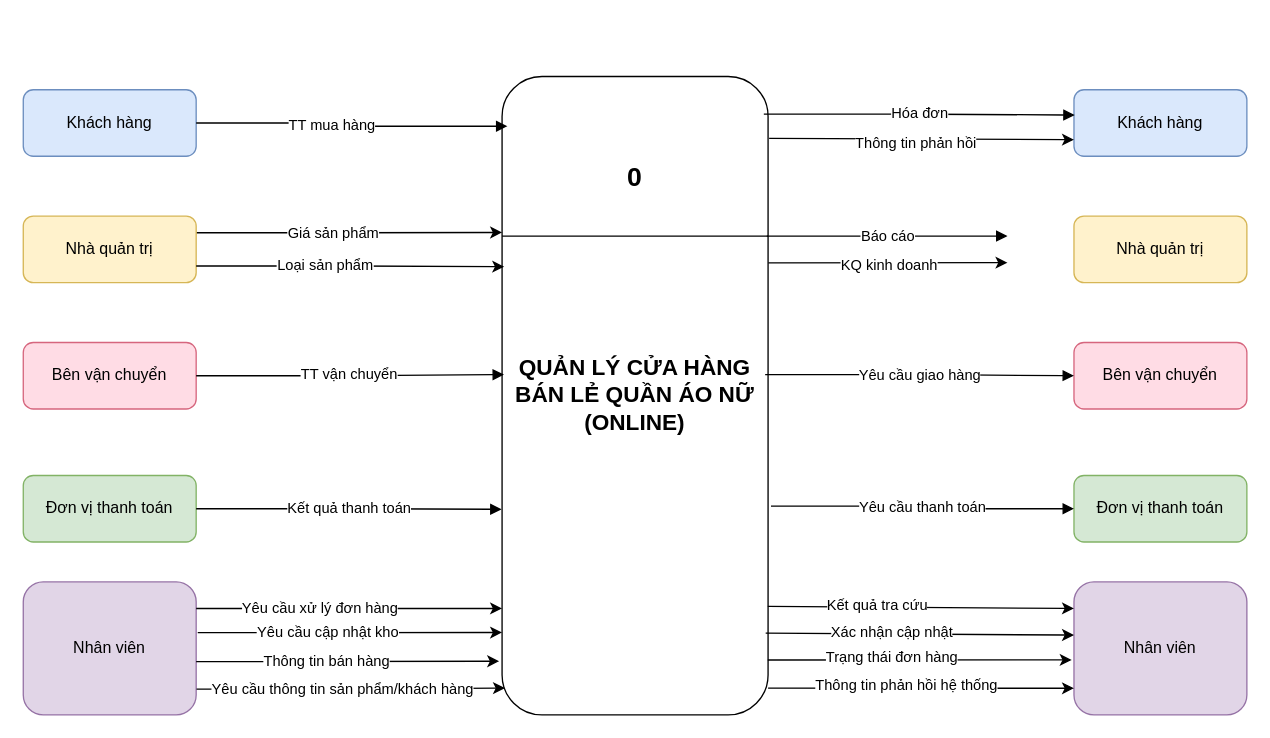
Vulien/Diagram keeps this draw.io diagram as page "DFD mức ngữ cảnh" (1 of 3) of Biểu đồ không có tiêu đề.drawio. Above is the earlier version. Source tidied: cells renumbered, new cells numbered last; positions are measured from the earlier drawing's top-left corner, leaving out a move shared by most shapes. Both pictures are drawn from the tidied source at 133%, with x=0, y=0 at pixel (23, 76).
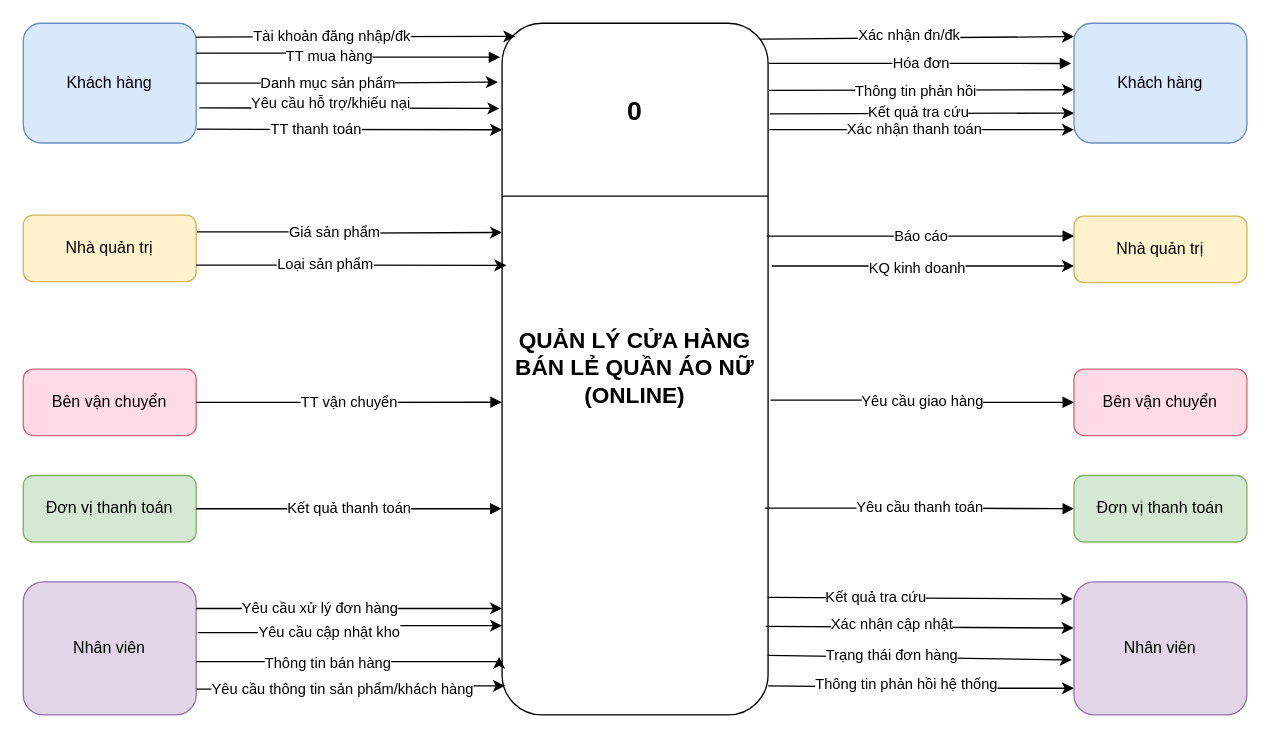
Above is the later version.

Unchanged cells that the change refers to:
```xml
<mxCell id="10" value="Đơn vị thanh toán" style="shape=rectangle;rounded=1;whiteSpace=wrap;html=1;fillColor=#d5e8d4;strokeColor=#82b366;fontSize=12;align=center;" parent="1" vertex="1">
  <mxGeometry y="300" width="130" height="50" as="geometry" />
</mxCell>
<mxCell id="14" value="Nhà quản trị" style="shape=rectangle;rounded=1;whiteSpace=wrap;html=1;fillColor=#fff2cc;strokeColor=#d6b656;fontSize=12;align=center;" parent="1" vertex="1">
  <mxGeometry x="790" y="105" width="130" height="50" as="geometry" />
</mxCell>
<mxCell id="18" value="Đơn vị thanh toán" style="shape=rectangle;rounded=1;whiteSpace=wrap;html=1;fillColor=#d5e8d4;strokeColor=#82b366;fontSize=12;align=center;" parent="1" vertex="1">
  <mxGeometry x="790" y="300" width="130" height="50" as="geometry" />
</mxCell>
<mxCell id="23" value="Nhân viên" style="shape=rectangle;rounded=1;whiteSpace=wrap;html=1;fillColor=#e1d5e7;strokeColor=#9673a6;fontSize=12;align=center;" parent="1" vertex="1">
  <mxGeometry x="790" y="380" width="130" height="100" as="geometry" />
</mxCell>
```

Change to the diagram source:
```diff
@@
     <mxCell id="2" value="&lt;font style=&quot;font-size: 17px;&quot;&gt;QUẢN LÝ CỬA HÀNG BÁN LẺ QUẦN ÁO NỮ (ONLINE)&lt;/font&gt;" style="shape=rectangle;rounded=1;whiteSpace=wrap;html=1;align=center;verticalAlign=middle;fontSize=14;fontStyle=1;strokeColor=#000000;fillColor=#ffffff;" parent="1" vertex="1">
-      <mxGeometry x="360" width="200" height="480" as="geometry" />
+      <mxGeometry x="360" y="-40" width="200" height="520" as="geometry" />
     </mxCell>
     <mxCell id="3" value="Khách hàng" style="shape=rectangle;rounded=1;whiteSpace=wrap;html=1;fillColor=#dae8fc;strokeColor=#6c8ebf;fontSize=12;align=center;" parent="1" vertex="1">
-      <mxGeometry y="10" width="130" height="50" as="geometry" />
+      <mxGeometry y="-40" width="130" height="90" as="geometry" />
     </mxCell>
-    <mxCell id="4" value="TT mua hàng" style="edgeStyle=elbowEdgeStyle;rounded=1;jettySize=auto;html=1;strokeWidth=1;endArrow=block;fontSize=11;entryX=0.02;entryY=0.078;entryDx=0;entryDy=0;entryPerimeter=0;" parent="1" edge="1" source="3" target="2">
+    <mxCell id="4" value="TT mua hàng" style="edgeStyle=elbowEdgeStyle;rounded=1;jettySize=auto;html=1;strokeWidth=1;endArrow=block;fontSize=11;entryX=-0.007;entryY=0.049;entryDx=0;entryDy=0;entryPerimeter=0;exitX=1;exitY=0.25;exitDx=0;exitDy=0;" parent="1" edge="1" source="3" target="2">
       <mxGeometry x="-0.14" y="-2" relative="1" as="geometry" />
     </mxCell>
@@
     <mxCell id="7" value="Nhà quản trị" style="shape=rectangle;rounded=1;whiteSpace=wrap;html=1;fillColor=#fff2cc;strokeColor=#d6b656;fontSize=12;align=center;" parent="1" vertex="1">
-      <mxGeometry y="105" width="130" height="50" as="geometry" />
+      <mxGeometry y="104.3" width="130" height="50" as="geometry" />
     </mxCell>
     <mxCell id="8" value="Bên vận chuyển" style="shape=rectangle;rounded=1;whiteSpace=wrap;html=1;fillColor=#ffdce5;strokeColor=#d6667e;fontSize=12;align=center;" parent="1" vertex="1">
-      <mxGeometry y="200" width="130" height="50" as="geometry" />
+      <mxGeometry y="220" width="130" height="50" as="geometry" />
     </mxCell>
-    <mxCell id="9" value="TT vận chuyển" style="edgeStyle=elbowEdgeStyle;rounded=1;jettySize=auto;html=1;strokeWidth=1;endArrow=block;fontSize=11;entryX=0.007;entryY=0.467;entryDx=0;entryDy=0;entryPerimeter=0;" parent="1" edge="1" source="8" target="2">
+    <mxCell id="9" value="TT vận chuyển" style="edgeStyle=elbowEdgeStyle;rounded=1;jettySize=auto;html=1;strokeWidth=1;endArrow=block;fontSize=11;entryX=-0.001;entryY=0.548;entryDx=0;entryDy=0;entryPerimeter=0;" parent="1" edge="1" source="8" target="2">
       <mxGeometry x="0.01" y="-1" relative="1" as="geometry">
         <mxPoint x="-1" y="-1" as="offset" />
       </mxGeometry>
     </mxCell>
@@
-    <mxCell id="11" value="Kết quả thanh toán" style="edgeStyle=elbowEdgeStyle;rounded=1;jettySize=auto;html=1;strokeWidth=1;endArrow=block;fontSize=11;entryX=-0.002;entryY=0.678;entryDx=0;entryDy=0;entryPerimeter=0;" parent="1" edge="1" source="10" target="2">
+    <mxCell id="11" value="Kết quả thanh toán" style="edgeStyle=elbowEdgeStyle;rounded=1;jettySize=auto;html=1;strokeWidth=1;endArrow=block;fontSize=11;entryX=-0.002;entryY=0.702;entryDx=0;entryDy=0;entryPerimeter=0;" parent="1" edge="1" source="10" target="2">
       <mxGeometry relative="1" as="geometry" />
     </mxCell>
     <mxCell id="12" value="Khách hàng" style="shape=rectangle;rounded=1;whiteSpace=wrap;html=1;fillColor=#dae8fc;strokeColor=#6c8ebf;fontSize=12;align=center;" parent="1" vertex="1">
-      <mxGeometry x="790" y="10" width="130" height="50" as="geometry" />
+      <mxGeometry x="790" y="-40" width="130" height="90" as="geometry" />
     </mxCell>
-    <mxCell id="13" value="Hóa đơn" style="edgeStyle=elbowEdgeStyle;rounded=1;jettySize=auto;html=1;strokeWidth=1;endArrow=block;fontSize=11;exitX=0.984;exitY=0.059;exitDx=0;exitDy=0;exitPerimeter=0;entryX=0.004;entryY=0.38;entryDx=0;entryDy=0;entryPerimeter=0;" parent="1" edge="1" source="2" target="12">
+    <mxCell id="13" value="Hóa đơn" style="edgeStyle=elbowEdgeStyle;rounded=1;jettySize=auto;html=1;strokeWidth=1;endArrow=block;fontSize=11;exitX=1.003;exitY=0.058;exitDx=0;exitDy=0;exitPerimeter=0;entryX=-0.016;entryY=0.336;entryDx=0;entryDy=0;entryPerimeter=0;" parent="1" edge="1" source="2" target="12">
       <mxGeometry relative="1" as="geometry" />
     </mxCell>
@@
     <mxCell id="15" value="Báo cáo" style="edgeStyle=elbowEdgeStyle;rounded=1;orthogonalLoop=1;jettySize=auto;html=1;strokeWidth=1;endArrow=block;fontSize=11;" parent="1" edge="1">
       <mxGeometry relative="1" as="geometry">
         <mxPoint x="559" y="120" as="sourcePoint" />
-        <mxPoint x="740" y="120" as="targetPoint" />
+        <mxPoint x="790" y="120" as="targetPoint" />
       </mxGeometry>
     </mxCell>
     <mxCell id="16" value="Bên vận chuyển" style="shape=rectangle;rounded=1;whiteSpace=wrap;html=1;fillColor=#ffdce5;strokeColor=#d6667e;fontSize=12;align=center;" parent="1" vertex="1">
-      <mxGeometry x="790" y="200" width="130" height="50" as="geometry" />
+      <mxGeometry x="790" y="220" width="130" height="50" as="geometry" />
     </mxCell>
-    <mxCell id="17" value="Yêu cầu giao hàng" style="edgeStyle=elbowEdgeStyle;rounded=1;jettySize=auto;html=1;strokeWidth=1;endArrow=block;fontSize=11;exitX=0.989;exitY=0.467;exitDx=0;exitDy=0;exitPerimeter=0;" parent="1" edge="1" source="2" target="16">
+    <mxCell id="17" value="Yêu cầu giao hàng" style="edgeStyle=elbowEdgeStyle;rounded=1;jettySize=auto;html=1;strokeWidth=1;endArrow=block;fontSize=11;exitX=1.009;exitY=0.545;exitDx=0;exitDy=0;exitPerimeter=0;" parent="1" edge="1" source="2" target="16">
       <mxGeometry relative="1" as="geometry" />
     </mxCell>
@@
-    <mxCell id="19" value="Yêu cầu thanh toán" style="edgeStyle=elbowEdgeStyle;rounded=1;jettySize=auto;html=1;strokeWidth=1;endArrow=block;fontSize=11;exitX=1.011;exitY=0.673;exitDx=0;exitDy=0;exitPerimeter=0;" parent="1" edge="1" source="2" target="18">
+    <mxCell id="19" value="Yêu cầu thanh toán" style="edgeStyle=elbowEdgeStyle;rounded=1;jettySize=auto;html=1;strokeWidth=1;endArrow=block;fontSize=11;exitX=0.988;exitY=0.701;exitDx=0;exitDy=0;exitPerimeter=0;" parent="1" edge="1" source="2" target="18">
       <mxGeometry relative="1" as="geometry" />
     </mxCell>
@@
     <mxCell id="21" value="&lt;b&gt;&lt;font style=&quot;font-size: 20px;&quot;&gt;0&lt;/font&gt;&lt;/b&gt;" style="text;html=1;align=center;verticalAlign=middle;whiteSpace=wrap;rounded=0;" parent="1" vertex="1">
-      <mxGeometry x="430" y="60" width="60" height="30" as="geometry" />
+      <mxGeometry x="430" y="10" width="60" height="30" as="geometry" />
     </mxCell>
@@
     <mxCell id="25" style="edgeStyle=orthogonalEdgeStyle;rounded=0;jettySize=auto;html=1;entryX=-0.011;entryY=0.916;entryDx=0;entryDy=0;entryPerimeter=0;" parent="1" edge="1" target="2">
       <mxGeometry relative="1" as="geometry">
         <mxPoint x="130" y="440" as="sourcePoint" />
         <Array as="points">
-          <mxPoint x="130" y="440" />
+          <mxPoint x="358" y="440" />
         </Array>
       </mxGeometry>
     </mxCell>
@@
-    <mxCell id="27" style="edgeStyle=none;jettySize=auto;html=1;rounded=0;exitX=0.991;exitY=0.872;exitDx=0;exitDy=0;exitPerimeter=0;" parent="1" edge="1" source="2">
-      <mxGeometry relative="1" as="geometry">
-        <mxPoint x="790" y="420" as="targetPoint" />
-      </mxGeometry>
+    <mxCell id="27" style="edgeStyle=none;jettySize=auto;html=1;rounded=0;exitX=0.991;exitY=0.872;exitDx=0;exitDy=0;exitPerimeter=0;entryX=-0.002;entryY=0.347;entryDx=0;entryDy=0;entryPerimeter=0;" parent="1" edge="1" source="2" target="23">
+      <mxGeometry relative="1" as="geometry" />
     </mxCell>
@@
-    <mxCell id="29" style="edgeStyle=orthogonalEdgeStyle;rounded=0;jettySize=auto;html=1;exitX=1;exitY=0.75;exitDx=0;exitDy=0;entryX=0.008;entryY=0.298;entryDx=0;entryDy=0;entryPerimeter=0;" parent="1" edge="1" source="7" target="2">
+    <mxCell id="29" style="edgeStyle=orthogonalEdgeStyle;rounded=0;jettySize=auto;html=1;exitX=1;exitY=0.75;exitDx=0;exitDy=0;entryX=0.016;entryY=0.35;entryDx=0;entryDy=0;entryPerimeter=0;" parent="1" edge="1" source="7" target="2">
       <mxGeometry relative="1" as="geometry" />
     </mxCell>
@@
-    <mxCell id="31" style="endArrow=classic;html=1;rounded=0;exitX=1.004;exitY=0.097;exitDx=0;exitDy=0;exitPerimeter=0;entryX=0;entryY=0.75;entryDx=0;entryDy=0;" parent="1" edge="1" source="2" target="12">
-      <mxGeometry relative="1" as="geometry" />
+    <mxCell id="31" style="endArrow=classic;html=1;rounded=0;exitX=1.004;exitY=0.097;exitDx=0;exitDy=0;exitPerimeter=0;" parent="1" edge="1" source="2">
+      <mxGeometry relative="1" as="geometry">
+        <mxPoint x="790" y="10" as="targetPoint" />
+      </mxGeometry>
     </mxCell>
     <mxCell id="32" value="Thông tin phản hồi" style="edgeLabel;html=1;align=center;verticalAlign=middle;" parent="31" vertex="1">
       <mxGeometry x="-0.19" y="-3" relative="1" as="geometry">
-        <mxPoint x="17" as="offset" />
+        <mxPoint x="17" y="-3" as="offset" />
       </mxGeometry>
     </mxCell>
-    <mxCell id="33" style="endArrow=classic;html=1;rounded=0;exitX=1.001;exitY=0.292;exitDx=0;exitDy=0;exitPerimeter=0;" parent="1" edge="1" source="2">
-      <mxGeometry relative="1" as="geometry">
-        <mxPoint x="740" y="140" as="targetPoint" />
-      </mxGeometry>
+    <mxCell id="33" style="endArrow=classic;html=1;rounded=0;exitX=1.014;exitY=0.351;exitDx=0;exitDy=0;exitPerimeter=0;entryX=0;entryY=0.75;entryDx=0;entryDy=0;" parent="1" edge="1" source="2" target="14">
+      <mxGeometry relative="1" as="geometry" />
     </mxCell>
@@
-    <mxCell id="43" style="endArrow=classic;html=1;rounded=0;exitX=0.999;exitY=0.83;exitDx=0;exitDy=0;exitPerimeter=0;entryX=0;entryY=0.2;entryDx=0;entryDy=0;entryPerimeter=0;" parent="1" edge="1" source="2" target="23">
+    <mxCell id="43" style="endArrow=classic;html=1;rounded=0;exitX=0.999;exitY=0.83;exitDx=0;exitDy=0;exitPerimeter=0;entryX=-0.008;entryY=0.128;entryDx=0;entryDy=0;entryPerimeter=0;" parent="1" edge="1" source="2" target="23">
       <mxGeometry relative="1" as="geometry" />
     </mxCell>
@@
+    <mxCell id="47" style="edgeStyle=orthogonalEdgeStyle;rounded=0;jettySize=auto;html=1;exitX=1;exitY=0.5;exitDx=0;exitDy=0;entryX=-0.016;entryY=0.085;entryDx=0;entryDy=0;entryPerimeter=0;" parent="1" edge="1" source="3" target="2">
+      <mxGeometry relative="1" as="geometry">
+        <Array as="points">
+          <mxPoint x="244" y="5" />
+          <mxPoint x="244" y="4" />
+        </Array>
+      </mxGeometry>
+    </mxCell>
+    <mxCell id="48" value="Danh mục sản phẩm" style="edgeLabel;html=1;align=center;verticalAlign=middle;" parent="47" vertex="1">
+      <mxGeometry x="-0.14" y="1" relative="1" as="geometry" />
+    </mxCell>
+    <mxCell id="49" style="endArrow=classic;html=1;rounded=0;exitX=1.007;exitY=0.131;exitDx=0;exitDy=0;exitPerimeter=0;entryX=0;entryY=0.75;entryDx=0;entryDy=0;" parent="1" edge="1" source="2" target="12">
+      <mxGeometry relative="1" as="geometry" />
+    </mxCell>
+    <mxCell id="50" value="Kết quả tra cứu" style="edgeLabel;html=1;align=center;verticalAlign=middle;" parent="49" vertex="1">
+      <mxGeometry x="-0.03" y="1" relative="1" as="geometry" />
+    </mxCell>
+    <mxCell id="51" style="endArrow=classic;html=1;rounded=0;exitX=1.019;exitY=0.707;exitDx=0;exitDy=0;exitPerimeter=0;" parent="1" edge="1" source="3">
+      <mxGeometry relative="1" as="geometry">
+        <mxPoint x="358" y="24" as="targetPoint" />
+      </mxGeometry>
+    </mxCell>
+    <mxCell id="52" value="Yêu cầu hỗ trợ/khiếu nại" style="edgeLabel;html=1;align=center;verticalAlign=middle;" parent="51" vertex="1">
+      <mxGeometry x="-0.33" y="-1" relative="1" as="geometry">
+        <mxPoint x="22" y="-5" as="offset" />
+      </mxGeometry>
+    </mxCell>
+    <mxCell id="53" style="endArrow=classic;html=1;rounded=0;exitX=1.005;exitY=0.885;exitDx=0;exitDy=0;exitPerimeter=0;entryX=0;entryY=0.154;entryDx=0;entryDy=0;entryPerimeter=0;" parent="1" edge="1" source="3" target="2">
+      <mxGeometry relative="1" as="geometry" />
+    </mxCell>
+    <mxCell id="54" value="TT thanh toán" style="edgeLabel;html=1;align=center;verticalAlign=middle;" parent="53" vertex="1">
+      <mxGeometry x="-0.36" y="1" relative="1" as="geometry">
+        <mxPoint x="16" y="1" as="offset" />
+      </mxGeometry>
+    </mxCell>
+    <mxCell id="55" style="endArrow=classic;html=1;rounded=0;exitX=0.998;exitY=0.115;exitDx=0;exitDy=0;exitPerimeter=0;entryX=0.05;entryY=0.019;entryDx=0;entryDy=0;entryPerimeter=0;" parent="1" edge="1" source="3" target="2">
+      <mxGeometry relative="1" as="geometry" />
+    </mxCell>
+    <mxCell id="56" value="Tài khoản đăng nhập/đk" style="edgeLabel;html=1;align=center;verticalAlign=middle;" parent="55" vertex="1">
+      <mxGeometry x="-0.15" y="1" relative="1" as="geometry" />
+    </mxCell>
+    <mxCell id="57" style="endArrow=classic;html=1;rounded=0;exitX=0.971;exitY=0.023;exitDx=0;exitDy=0;exitPerimeter=0;" parent="1" edge="1" source="2">
+      <mxGeometry relative="1" as="geometry">
+        <mxPoint x="790" y="-30" as="targetPoint" />
+      </mxGeometry>
+    </mxCell>
+    <mxCell id="58" value="Xác nhận đn/đk" style="edgeLabel;html=1;align=center;verticalAlign=middle;" parent="57" vertex="1">
+      <mxGeometry x="-0.06" y="3" relative="1" as="geometry" />
+    </mxCell>
+    <mxCell id="59" style="endArrow=classic;html=1;rounded=0;entryX=0;entryY=0.889;entryDx=0;entryDy=0;entryPerimeter=0;" parent="1" edge="1" target="12">
+      <mxGeometry relative="1" as="geometry">
+        <mxPoint x="561" y="40" as="sourcePoint" />
+      </mxGeometry>
+    </mxCell>
+    <mxCell id="60" value="Xác nhận thanh toán" style="edgeLabel;html=1;align=center;verticalAlign=middle;" parent="59" vertex="1">
+      <mxGeometry x="-0.15" y="1" relative="1" as="geometry">
+        <mxPoint x="11" as="offset" />
+      </mxGeometry>
+    </mxCell>
```
